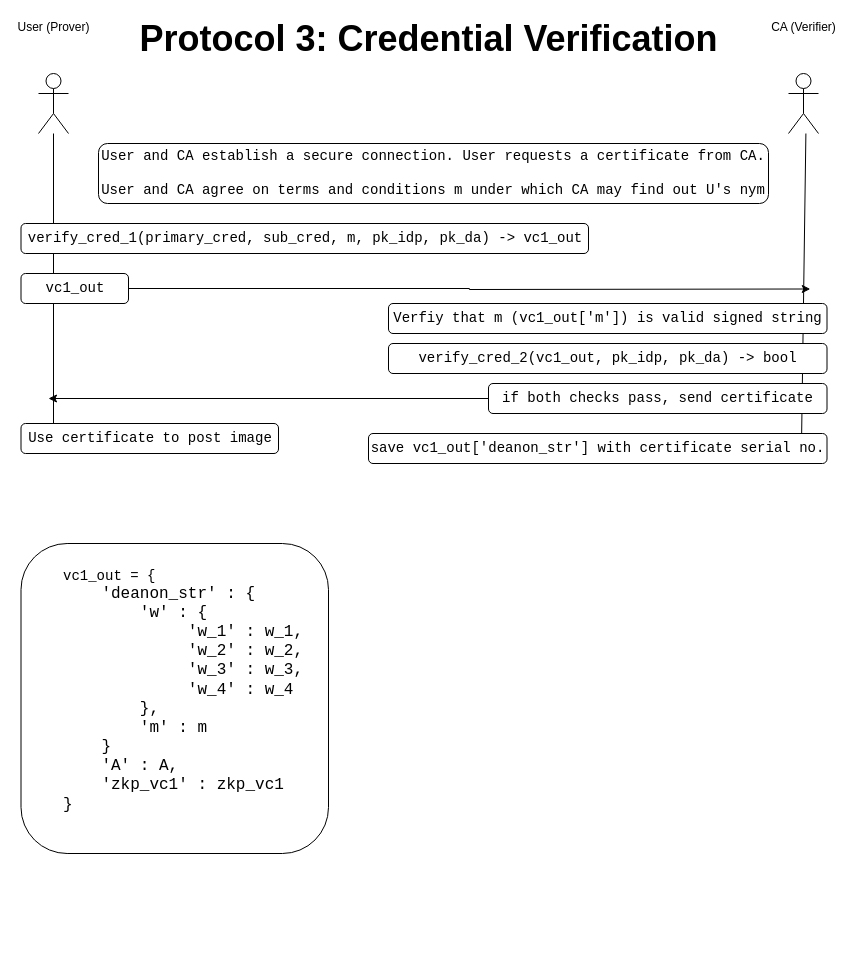
Earlier version of the draw.io diagram page "Cred Vf" (6 of 8) of doc/Protocols.drawio (JacobGorman613/cl-api). Source tidied: cells renumbered, new cells numbered last; positions are measured from the earlier drawing's top-left corner, leaving out a move shared by most shapes. Both pictures are drawn from the tidied source at 100%, with x=0, y=0 at pixel (20, 23).
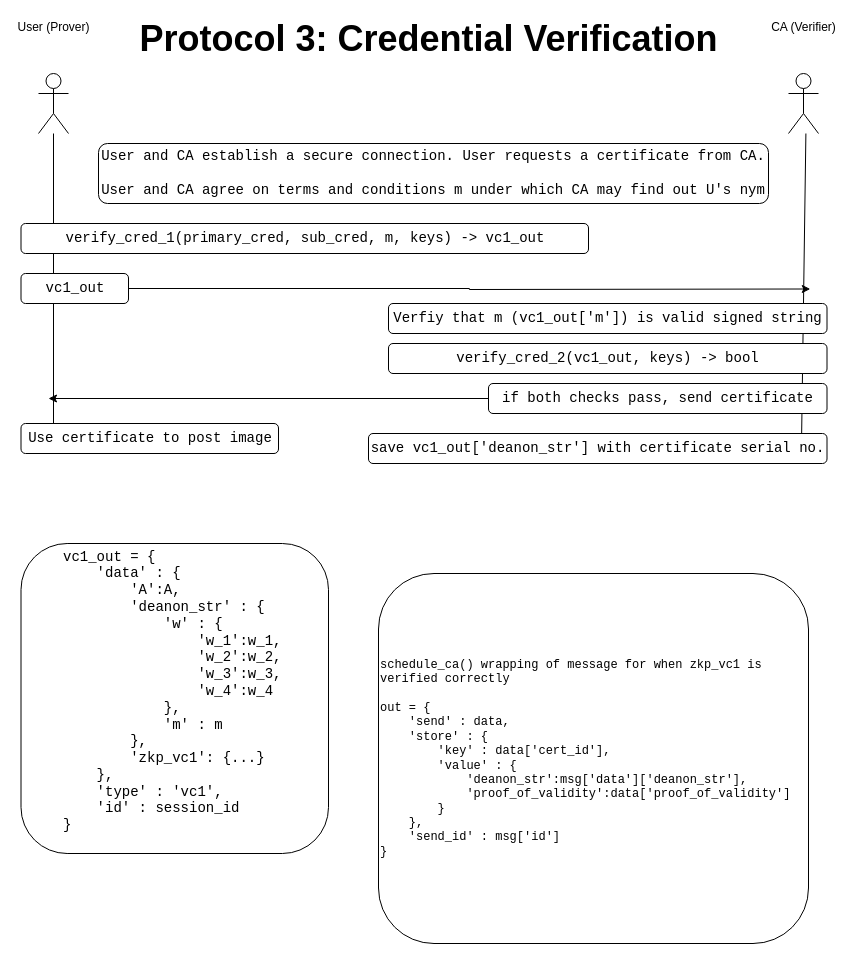
The same page after the edit.

Change to the diagram source:
```diff
@@
-    <mxCell id="9" value="&lt;font face=&quot;Courier New&quot; style=&quot;font-size: 14px;&quot;&gt;verify_cred_1(primary_cred, sub_cred, m, pk_idp, pk_da) -&amp;gt; vc1_out&lt;/font&gt;" style="rounded=1;whiteSpace=wrap;html=1;" parent="1" vertex="1">
+    <mxCell id="9" value="&lt;font face=&quot;Courier New&quot; style=&quot;font-size: 14px;&quot;&gt;verify_cred_1(primary_cred, sub_cred, m, keys) -&amp;gt; vc1_out&lt;/font&gt;" style="rounded=1;whiteSpace=wrap;html=1;" parent="1" vertex="1">
       <mxGeometry x="0.5" y="200" width="567.5" height="30" as="geometry" />
     </mxCell>
@@
-    <mxCell id="16" value="&lt;font face=&quot;Courier New&quot;&gt;&lt;span style=&quot;font-size: 14px;&quot;&gt;verify_cred_2(vc1_out, pk_idp, pk_da) -&amp;gt; bool&lt;/span&gt;&lt;/font&gt;" style="rounded=1;whiteSpace=wrap;html=1;" parent="1" vertex="1">
+    <mxCell id="16" value="&lt;font face=&quot;Courier New&quot;&gt;&lt;span style=&quot;font-size: 14px;&quot;&gt;verify_cred_2(vc1_out, keys) -&amp;gt; bool&lt;/span&gt;&lt;/font&gt;" style="rounded=1;whiteSpace=wrap;html=1;" parent="1" vertex="1">
       <mxGeometry x="368" y="320" width="438.5" height="30" as="geometry" />
     </mxCell>
-    <mxCell id="17" value="&lt;blockquote style=&quot;margin: 0 0 0 40px; border: none; padding: 0px;&quot;&gt;&lt;font style=&quot;&quot;&gt;&lt;font face=&quot;Courier New&quot; style=&quot;font-size: 14px;&quot;&gt;vc1_out = {&lt;/font&gt;&lt;/font&gt;&lt;/blockquote&gt;&lt;blockquote style=&quot;margin: 0 0 0 40px; border: none; padding: 0px;&quot;&gt;&lt;font size=&quot;3&quot; face=&quot;Courier New&quot;&gt;&amp;nbsp; &amp;nbsp; 'deanon_str' : {&lt;br&gt;&lt;/font&gt;&lt;div&gt;&lt;font size=&quot;3&quot; face=&quot;Courier New&quot;&gt;&amp;nbsp; &amp;nbsp; &amp;nbsp; &amp;nbsp; 'w' : {&lt;/font&gt;&lt;/div&gt;&lt;font face=&quot;Courier New&quot; size=&quot;3&quot;&gt;&amp;nbsp; &amp;nbsp; &amp;nbsp; &amp;nbsp; &amp;nbsp; &amp;nbsp; &amp;nbsp;'w_1' : w_1,&lt;br&gt;&amp;nbsp; &amp;nbsp; &amp;nbsp; &amp;nbsp; &amp;nbsp; &amp;nbsp; &amp;nbsp;'w_2' : w_2,&lt;br&gt;&amp;nbsp; &amp;nbsp; &amp;nbsp; &amp;nbsp; &amp;nbsp; &amp;nbsp; &amp;nbsp;'w_3' : w_3,&lt;br&gt;&amp;nbsp; &amp;nbsp; &amp;nbsp; &amp;nbsp; &amp;nbsp; &amp;nbsp; &amp;nbsp;'w_4' : w_4&lt;/font&gt;&lt;/blockquote&gt;&lt;blockquote style=&quot;margin: 0 0 0 40px; border: none; padding: 0px;&quot;&gt;&lt;font face=&quot;Courier New&quot; size=&quot;3&quot;&gt;&amp;nbsp; &amp;nbsp; &amp;nbsp; &amp;nbsp; },&lt;br&gt;&amp;nbsp; &amp;nbsp; &amp;nbsp; &amp;nbsp; 'm' : m&lt;/font&gt;&lt;/blockquote&gt;&lt;blockquote style=&quot;margin: 0 0 0 40px; border: none; padding: 0px;&quot;&gt;&lt;font size=&quot;3&quot; face=&quot;Courier New&quot;&gt;&amp;nbsp; &amp;nbsp; }&lt;br&gt;&lt;/font&gt;&lt;div&gt;&lt;font size=&quot;3&quot; face=&quot;Courier New&quot;&gt;&amp;nbsp; &amp;nbsp; 'A' : A,&lt;/font&gt;&lt;/div&gt;&lt;div&gt;&lt;font size=&quot;3&quot; face=&quot;Courier New&quot;&gt;&amp;nbsp; &amp;nbsp; 'zkp_vc1' : zkp_vc1&lt;/font&gt;&lt;/div&gt;&lt;div&gt;&lt;font size=&quot;3&quot; face=&quot;Courier New&quot;&gt;}&lt;/font&gt;&lt;/div&gt;&lt;/blockquote&gt;&lt;div&gt;&lt;br&gt;&lt;/div&gt;" style="rounded=1;whiteSpace=wrap;html=1;align=left;" parent="1" vertex="1">
+    <mxCell id="17" value="&lt;blockquote style=&quot;margin: 0 0 0 40px; border: none; padding: 0px;&quot;&gt;&lt;/blockquote&gt;&lt;blockquote style=&quot;margin: 0 0 0 40px; border: none; padding: 0px;&quot;&gt;&lt;span style=&quot;font-size: 14px; font-family: &amp;quot;Courier New&amp;quot;; background-color: initial;&quot;&gt;vc1_out = {&lt;br&gt;&lt;/span&gt;&lt;span style=&quot;font-size: 14px; font-family: &amp;quot;Courier New&amp;quot;; background-color: initial;&quot;&gt;&amp;nbsp; &amp;nbsp; 'data' : {&lt;br&gt;&lt;/span&gt;&lt;span style=&quot;font-size: 14px; font-family: &amp;quot;Courier New&amp;quot;; background-color: initial;&quot;&gt;&amp;nbsp; &amp;nbsp; &amp;nbsp; &amp;nbsp; 'A':A,&lt;br&gt;&lt;/span&gt;&lt;span style=&quot;font-size: 14px; font-family: &amp;quot;Courier New&amp;quot;; background-color: initial;&quot;&gt;&amp;nbsp; &amp;nbsp; &amp;nbsp; &amp;nbsp; 'deanon_str' : {&lt;br&gt;&lt;/span&gt;&lt;span style=&quot;font-size: 14px; font-family: &amp;quot;Courier New&amp;quot;; background-color: initial;&quot;&gt;&amp;nbsp; &amp;nbsp; &amp;nbsp; &amp;nbsp; &amp;nbsp; &amp;nbsp; 'w' : {&lt;br&gt;&lt;/span&gt;&lt;span style=&quot;font-size: 14px; font-family: &amp;quot;Courier New&amp;quot;; background-color: initial;&quot;&gt;&amp;nbsp; &amp;nbsp; &amp;nbsp; &amp;nbsp; &amp;nbsp; &amp;nbsp; &amp;nbsp; &amp;nbsp; 'w_1':w_1,&lt;br&gt;&lt;/span&gt;&lt;span style=&quot;font-size: 14px; font-family: &amp;quot;Courier New&amp;quot;; background-color: initial;&quot;&gt;&amp;nbsp; &amp;nbsp; &amp;nbsp; &amp;nbsp; &amp;nbsp; &amp;nbsp; &amp;nbsp; &amp;nbsp; 'w_2':w_2,&lt;br&gt;&lt;/span&gt;&lt;span style=&quot;font-size: 14px; font-family: &amp;quot;Courier New&amp;quot;; background-color: initial;&quot;&gt;&amp;nbsp; &amp;nbsp; &amp;nbsp; &amp;nbsp; &amp;nbsp; &amp;nbsp; &amp;nbsp; &amp;nbsp; 'w_3':w_3,&lt;br&gt;&lt;/span&gt;&lt;span style=&quot;font-size: 14px; font-family: &amp;quot;Courier New&amp;quot;; background-color: initial;&quot;&gt;&amp;nbsp; &amp;nbsp; &amp;nbsp; &amp;nbsp; &amp;nbsp; &amp;nbsp; &amp;nbsp; &amp;nbsp; 'w_4':w_4&lt;br&gt;&lt;/span&gt;&lt;span style=&quot;font-size: 14px; font-family: &amp;quot;Courier New&amp;quot;; background-color: initial;&quot;&gt;&amp;nbsp; &amp;nbsp; &amp;nbsp; &amp;nbsp; &amp;nbsp; &amp;nbsp; },&lt;br&gt;&lt;/span&gt;&lt;span style=&quot;font-size: 14px; font-family: &amp;quot;Courier New&amp;quot;; background-color: initial;&quot;&gt;&amp;nbsp; &amp;nbsp; &amp;nbsp; &amp;nbsp; &amp;nbsp; &amp;nbsp; 'm' : m&lt;br&gt;&lt;/span&gt;&lt;span style=&quot;font-size: 14px; font-family: &amp;quot;Courier New&amp;quot;; background-color: initial;&quot;&gt;&amp;nbsp; &amp;nbsp; &amp;nbsp; &amp;nbsp; },&lt;br&gt;&lt;/span&gt;&lt;span style=&quot;font-size: 14px; font-family: &amp;quot;Courier New&amp;quot;; background-color: initial;&quot;&gt;&amp;nbsp; &amp;nbsp; &amp;nbsp; &amp;nbsp; 'zkp_vc1': {...}&lt;br&gt;&lt;/span&gt;&lt;span style=&quot;font-size: 14px; font-family: &amp;quot;Courier New&amp;quot;; background-color: initial;&quot;&gt;&amp;nbsp; &amp;nbsp; },&lt;br&gt;&lt;/span&gt;&lt;span style=&quot;font-size: 14px; font-family: &amp;quot;Courier New&amp;quot;; background-color: initial;&quot;&gt;&amp;nbsp; &amp;nbsp; 'type' : 'vc1',&lt;br&gt;&lt;/span&gt;&lt;span style=&quot;font-size: 14px; font-family: &amp;quot;Courier New&amp;quot;; background-color: initial;&quot;&gt;&amp;nbsp; &amp;nbsp; 'id' : session_id&lt;br&gt;&lt;/span&gt;&lt;font face=&quot;Courier New&quot;&gt;&lt;span style=&quot;font-size: 14px;&quot;&gt;}&lt;/span&gt;&lt;/font&gt;&lt;/blockquote&gt;&lt;blockquote style=&quot;margin: 0 0 0 40px; border: none; padding: 0px;&quot;&gt;&lt;/blockquote&gt;&lt;blockquote style=&quot;margin: 0 0 0 40px; border: none; padding: 0px;&quot;&gt;&lt;/blockquote&gt;&lt;blockquote style=&quot;margin: 0 0 0 40px; border: none; padding: 0px;&quot;&gt;&lt;/blockquote&gt;&lt;blockquote style=&quot;margin: 0 0 0 40px; border: none; padding: 0px;&quot;&gt;&lt;/blockquote&gt;&lt;blockquote style=&quot;margin: 0 0 0 40px; border: none; padding: 0px;&quot;&gt;&lt;/blockquote&gt;&lt;blockquote style=&quot;margin: 0 0 0 40px; border: none; padding: 0px;&quot;&gt;&lt;/blockquote&gt;&lt;blockquote style=&quot;margin: 0 0 0 40px; border: none; padding: 0px;&quot;&gt;&lt;/blockquote&gt;&lt;blockquote style=&quot;margin: 0 0 0 40px; border: none; padding: 0px;&quot;&gt;&lt;/blockquote&gt;&lt;blockquote style=&quot;margin: 0 0 0 40px; border: none; padding: 0px;&quot;&gt;&lt;/blockquote&gt;&lt;blockquote style=&quot;margin: 0 0 0 40px; border: none; padding: 0px;&quot;&gt;&lt;/blockquote&gt;&lt;blockquote style=&quot;margin: 0 0 0 40px; border: none; padding: 0px;&quot;&gt;&lt;/blockquote&gt;&lt;blockquote style=&quot;margin: 0 0 0 40px; border: none; padding: 0px;&quot;&gt;&lt;/blockquote&gt;&lt;blockquote style=&quot;margin: 0 0 0 40px; border: none; padding: 0px;&quot;&gt;&lt;/blockquote&gt;&lt;blockquote style=&quot;margin: 0 0 0 40px; border: none; padding: 0px;&quot;&gt;&lt;/blockquote&gt;&lt;blockquote style=&quot;margin: 0 0 0 40px; border: none; padding: 0px;&quot;&gt;&lt;/blockquote&gt;&lt;blockquote style=&quot;margin: 0 0 0 40px; border: none; padding: 0px;&quot;&gt;&lt;div&gt;&lt;br&gt;&lt;/div&gt;&lt;/blockquote&gt;" style="rounded=1;whiteSpace=wrap;html=1;align=left;" parent="1" vertex="1">
       <mxGeometry x="0.5" y="520" width="307.5" height="310" as="geometry" />
     </mxCell>
+    <mxCell id="18" value="schedule_ca() wrapping of message for when zkp_vc1 is verified correctly&amp;nbsp;&lt;br&gt;&lt;br&gt;&lt;div&gt;out = {&lt;/div&gt;&lt;div&gt;&amp;nbsp; &amp;nbsp; 'send' : data,&lt;/div&gt;&lt;div&gt;&amp;nbsp; &amp;nbsp; 'store' : {&lt;/div&gt;&lt;div&gt;&amp;nbsp; &amp;nbsp; &amp;nbsp; &amp;nbsp; 'key' : data['cert_id'],&lt;/div&gt;&lt;div&gt;&amp;nbsp; &amp;nbsp; &amp;nbsp; &amp;nbsp; 'value' : {&lt;/div&gt;&lt;div&gt;&amp;nbsp; &amp;nbsp; &amp;nbsp; &amp;nbsp; &amp;nbsp; &amp;nbsp; 'deanon_str':msg['data']['deanon_str'],&lt;/div&gt;&lt;div&gt;&amp;nbsp; &amp;nbsp; &amp;nbsp; &amp;nbsp; &amp;nbsp; &amp;nbsp; 'proof_of_validity':data['proof_of_validity']&lt;/div&gt;&lt;div&gt;&amp;nbsp; &amp;nbsp; &amp;nbsp; &amp;nbsp; }&lt;/div&gt;&lt;div&gt;&amp;nbsp; &amp;nbsp; },&lt;/div&gt;&lt;div&gt;&amp;nbsp; &amp;nbsp; 'send_id' : msg['id']&lt;/div&gt;&lt;div&gt;}&lt;/div&gt;" style="rounded=1;whiteSpace=wrap;html=1;fontFamily=Courier New;align=left;" parent="1" vertex="1">
+      <mxGeometry x="358" y="550" width="430" height="370" as="geometry" />
+    </mxCell>
```
